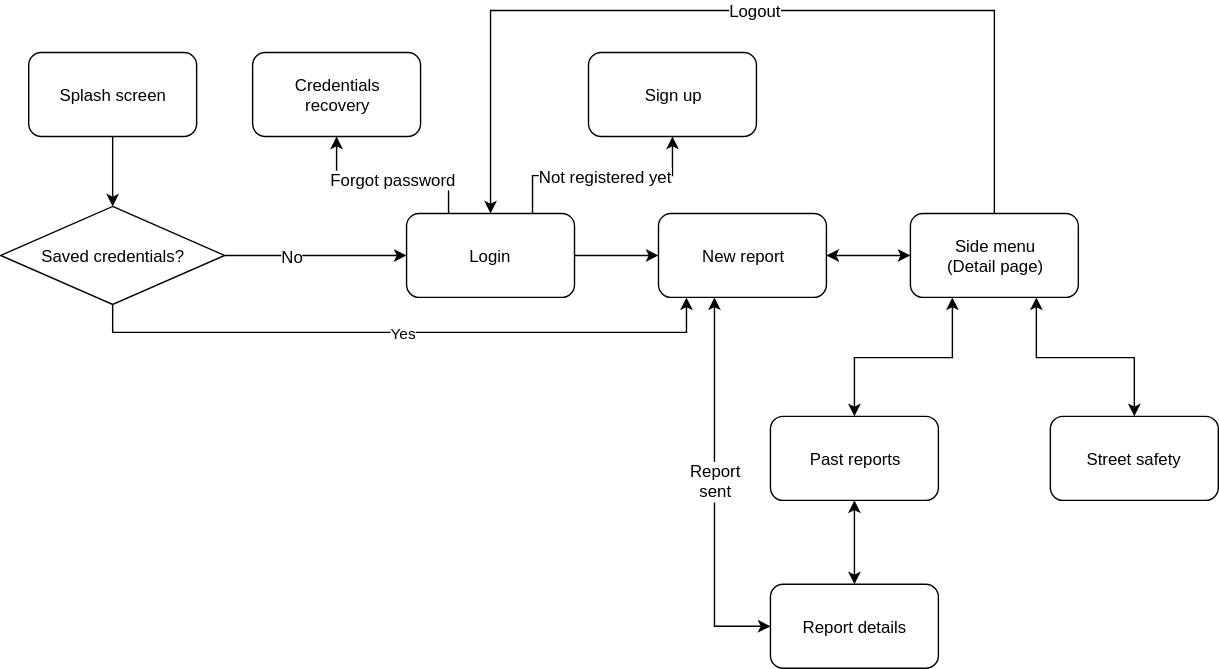
Above: DD/Images/UX/MobileUX.svg in EliaBattiston/SafeStreets (draw.io), before the change. Source tidied: cells renumbered, new cells last; positions are measured from the earlier drawing's top-left corner, leaving out a move shared by most shapes.
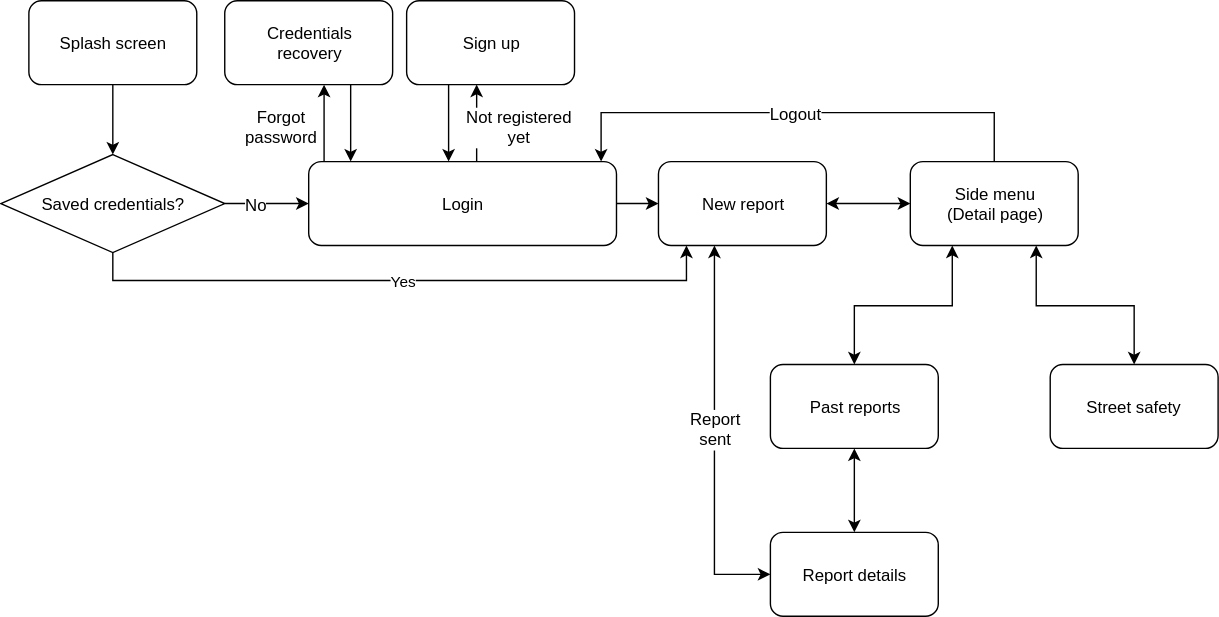
Above is the later version.

Commit message:
Fixed mobile UX diagram

Change to the diagram source:
```diff
@@ -8,27 +8,11 @@
     <mxCell id="3" value="Splash screen" style="rounded=1;whiteSpace=wrap;html=1;" parent="1" vertex="1">
       <mxGeometry x="20" y="30" width="120" height="60" as="geometry" />
     </mxCell>
-    <mxCell id="4" style="edgeStyle=orthogonalEdgeStyle;rounded=0;jettySize=auto;html=1;exitX=0.75;exitY=0;exitDx=0;exitDy=0;entryX=0.5;entryY=1;entryDx=0;entryDy=0;" parent="1" edge="1" source="9" target="18">
-      <mxGeometry relative="1" as="geometry" />
-    </mxCell>
-    <mxCell id="5" value="Not registered yet" style="text;html=1;align=center;verticalAlign=middle;labelBackgroundColor=#ffffff;" parent="4" vertex="1">
-      <mxGeometry x="0.32" relative="1" as="geometry">
-        <mxPoint x="-25" as="offset" />
-      </mxGeometry>
-    </mxCell>
-    <mxCell id="6" style="edgeStyle=orthogonalEdgeStyle;rounded=0;jettySize=auto;html=1;exitX=0.25;exitY=0;exitDx=0;exitDy=0;entryX=0.5;entryY=1;entryDx=0;entryDy=0;" parent="1" edge="1" source="9" target="19">
-      <mxGeometry relative="1" as="geometry" />
-    </mxCell>
-    <mxCell id="7" value="Forgot password" style="text;html=1;align=center;verticalAlign=middle;labelBackgroundColor=#ffffff;" parent="6" vertex="1">
-      <mxGeometry x="-0.5" y="5" relative="1" as="geometry">
-        <mxPoint x="-33" y="-3" as="offset" />
-      </mxGeometry>
-    </mxCell>
     <mxCell id="8" style="edgeStyle=orthogonalEdgeStyle;rounded=0;jettySize=auto;html=1;exitX=1;exitY=0.5;exitDx=0;exitDy=0;entryX=0;entryY=0.5;entryDx=0;entryDy=0;" parent="1" edge="1" source="9" target="13">
       <mxGeometry relative="1" as="geometry" />
     </mxCell>
     <mxCell id="9" value="Login" style="rounded=1;whiteSpace=wrap;html=1;" parent="1" vertex="1">
-      <mxGeometry x="290" y="145" width="120" height="60" as="geometry" />
+      <mxGeometry x="220" y="145" width="220" height="60" as="geometry" />
     </mxCell>
     <mxCell id="10" style="edgeStyle=orthogonalEdgeStyle;rounded=0;jettySize=auto;html=1;exitX=1;exitY=0.5;exitDx=0;exitDy=0;entryX=0;entryY=0.5;entryDx=0;entryDy=0;startArrow=classic;startFill=1;" parent="1" edge="1" source="13" target="22">
       <mxGeometry relative="1" as="geometry" />
@@ -69,22 +53,29 @@
     <mxCell id="17" value="Saved credentials?" style="rhombus;whiteSpace=wrap;html=1;" parent="1" vertex="1">
       <mxGeometry y="140" width="160" height="70" as="geometry" />
     </mxCell>
-    <mxCell id="18" value="Sign up" style="rounded=1;whiteSpace=wrap;html=1;" parent="1" vertex="1">
-      <mxGeometry x="420" y="30" width="120" height="60" as="geometry" />
-    </mxCell>
+    <mxCell id="29" style="edgeStyle=orthogonalEdgeStyle;rounded=0;jettySize=auto;html=1;exitX=0.592;exitY=1.003;exitDx=0;exitDy=0;exitPerimeter=0;entryX=0.592;entryY=1.003;entryDx=0;entryDy=0;entryPerimeter=0;" parent="1" edge="1" target="19">
+      <mxGeometry relative="1" as="geometry">
+        <mxPoint x="231" y="145" as="sourcePoint" />
+      </mxGeometry>
+    </mxCell>
+    <mxCell id="7" value="Forgot&lt;br&gt;password" style="text;html=1;align=center;verticalAlign=middle;labelBackgroundColor=#ffffff;" parent="29" vertex="1">
+      <mxGeometry x="0.01" y="2" relative="1" as="geometry">
+        <mxPoint x="-29" y="2.5" as="offset" />
+      </mxGeometry>
+    </mxCell>
     <mxCell id="19" value="Credentials&lt;br&gt;recovery" style="rounded=1;whiteSpace=wrap;html=1;" parent="1" vertex="1">
-      <mxGeometry x="180" y="30" width="120" height="60" as="geometry" />
+      <mxGeometry x="160" y="30" width="120" height="60" as="geometry" />
     </mxCell>
-    <mxCell id="20" style="edgeStyle=orthogonalEdgeStyle;rounded=0;jettySize=auto;html=1;exitX=0.5;exitY=0;exitDx=0;exitDy=0;entryX=0.5;entryY=0;entryDx=0;entryDy=0;startArrow=none;startFill=0;" parent="1" edge="1" source="22" target="9">
+    <mxCell id="20" style="edgeStyle=orthogonalEdgeStyle;rounded=0;jettySize=auto;html=1;exitX=0.5;exitY=0;exitDx=0;exitDy=0;entryX=0.95;entryY=0;entryDx=0;entryDy=0;entryPerimeter=0;" parent="1" edge="1" source="22" target="9">
       <mxGeometry relative="1" as="geometry">
         <Array as="points">
-          <mxPoint x="710" />
-          <mxPoint x="350" />
+          <mxPoint x="710" y="110" />
+          <mxPoint x="429" y="110" />
         </Array>
       </mxGeometry>
     </mxCell>
     <mxCell id="21" value="Logout" style="text;html=1;align=center;verticalAlign=middle;labelBackgroundColor=#ffffff;" parent="20" vertex="1">
-      <mxGeometry x="-0.03" y="-1" relative="1" as="geometry" />
+      <mxGeometry x="0.01" relative="1" as="geometry" />
     </mxCell>
     <mxCell id="22" value="Side menu&lt;br&gt;(Detail page)" style="rounded=1;whiteSpace=wrap;html=1;" parent="1" vertex="1">
       <mxGeometry x="650" y="145" width="120" height="60" as="geometry" />
@@ -107,5 +98,27 @@
     <mxCell id="28" value="Report details" style="rounded=1;whiteSpace=wrap;html=1;" parent="1" vertex="1">
       <mxGeometry x="550" y="410" width="120" height="60" as="geometry" />
     </mxCell>
+    <mxCell id="30" style="edgeStyle=orthogonalEdgeStyle;rounded=0;jettySize=auto;html=1;exitX=0.25;exitY=1;exitDx=0;exitDy=0;entryX=0.455;entryY=-0.004;entryDx=0;entryDy=0;entryPerimeter=0;" parent="1" edge="1" source="18" target="9">
+      <mxGeometry relative="1" as="geometry" />
+    </mxCell>
+    <mxCell id="18" value="Sign up" style="rounded=1;whiteSpace=wrap;html=1;" parent="1" vertex="1">
+      <mxGeometry x="290" y="30" width="120" height="60" as="geometry" />
+    </mxCell>
+    <mxCell id="31" style="edgeStyle=orthogonalEdgeStyle;rounded=0;jettySize=auto;html=1;entryX=0.75;entryY=1;entryDx=0;entryDy=0;exitX=0.75;exitY=1;exitDx=0;exitDy=0;" parent="1" edge="1" source="19">
+      <mxGeometry relative="1" as="geometry">
+        <mxPoint x="250" y="145" as="targetPoint" />
+      </mxGeometry>
+    </mxCell>
+    <mxCell id="32" style="edgeStyle=orthogonalEdgeStyle;rounded=0;orthogonalLoop=1;jettySize=auto;html=1;exitX=0.25;exitY=1;exitDx=0;exitDy=0;entryX=0.455;entryY=-0.004;entryDx=0;entryDy=0;entryPerimeter=0;" parent="1" edge="1">
+      <mxGeometry relative="1" as="geometry">
+        <mxPoint x="340" y="144.7" as="sourcePoint" />
+        <mxPoint x="340" y="89.9" as="targetPoint" />
+      </mxGeometry>
+    </mxCell>
+    <mxCell id="5" value="Not registered&lt;br&gt;yet" style="text;html=1;align=center;verticalAlign=middle;labelBackgroundColor=#ffffff;" parent="32" vertex="1">
+      <mxGeometry x="-0.07" y="-1" relative="1" as="geometry">
+        <mxPoint x="29" y="1" as="offset" />
+      </mxGeometry>
+    </mxCell>
   </root>
 </mxGraphModel>
```
